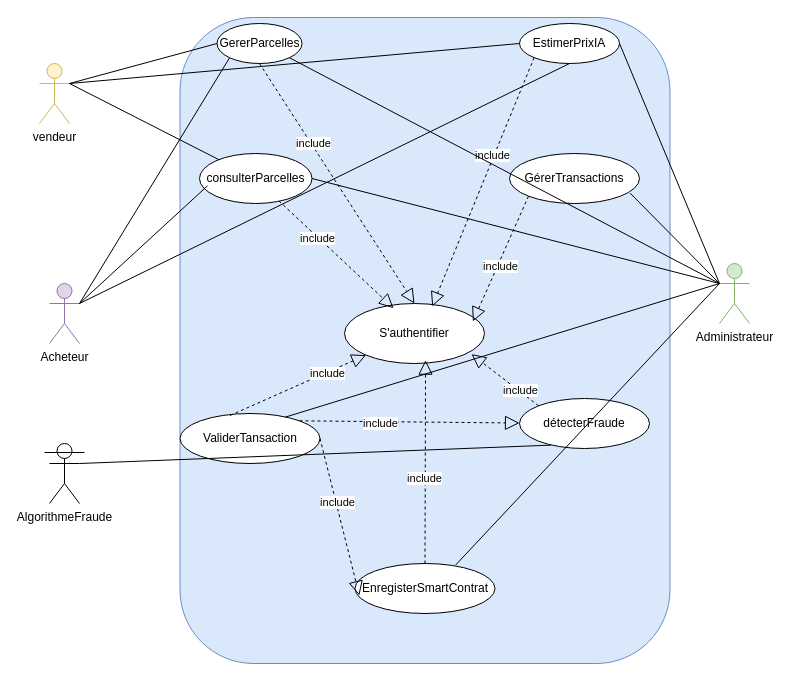
The draw.io diagram backend/diagramme/Untitled Diagram.drawio in ndovyalukunato/Travail-de-fin-cycle, before the edit. Source tidied: cells renumbered, new cells numbered last; positions are measured from the earlier drawing's top-left corner, leaving out a move shared by most shapes. Both pictures are drawn from the tidied source at 100%, with x=0, y=0 at pixel (39, 17).
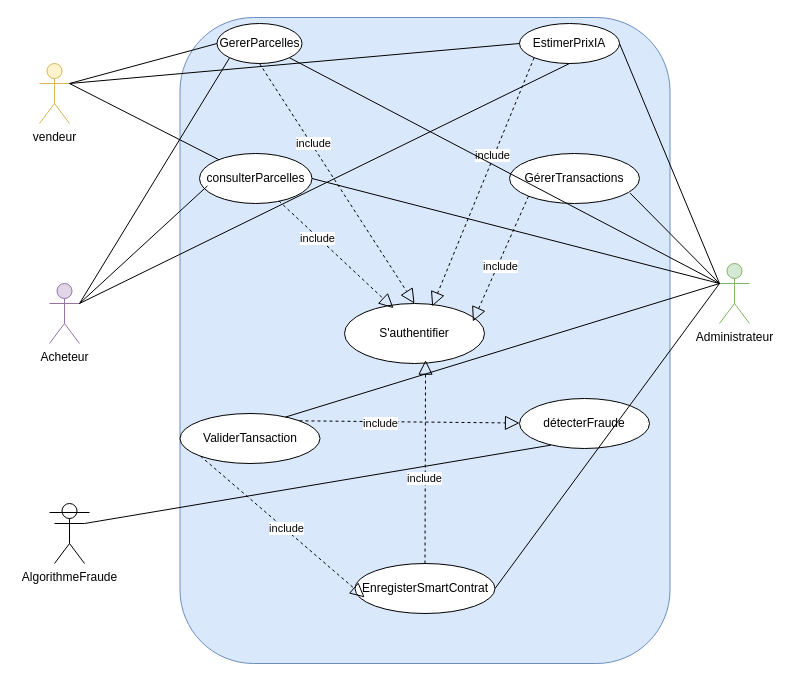
The same page after the edit.

Unchanged cells that the change refers to:
```xml
<mxCell id="7" value="détecterFraude" style="ellipse;whiteSpace=wrap;html=1;" parent="1" vertex="1">
  <mxGeometry x="480" y="381" width="130" height="50" as="geometry" />
</mxCell>
<mxCell id="8" value="ValiderTansaction" style="ellipse;whiteSpace=wrap;html=1;" parent="1" vertex="1">
  <mxGeometry x="140.5" y="396" width="140" height="50" as="geometry" />
</mxCell>
<mxCell id="9" value="EnregisterSmartContrat" style="ellipse;whiteSpace=wrap;html=1;" parent="1" vertex="1">
  <mxGeometry x="315.5" y="546" width="140" height="50" as="geometry" />
</mxCell>
<mxCell id="10" value="Administrateur" style="shape=umlActor;verticalLabelPosition=bottom;verticalAlign=top;html=1;outlineConnect=0;fillColor=#d5e8d4;strokeColor=#82b366;" parent="1" vertex="1">
  <mxGeometry x="680" y="246" width="30" height="60" as="geometry" />
</mxCell>
<mxCell id="12" value="S'authentifier" style="ellipse;whiteSpace=wrap;html=1;" parent="1" vertex="1">
  <mxGeometry x="305" y="286" width="140" height="60" as="geometry" />
</mxCell>
```

Change to the diagram source:
```diff
@@
-    <mxCell id="13" style="endArrow=block;dashed=1;endFill=0;endSize=12;html=1;rounded=0;exitX=0.357;exitY=0.04;exitDx=0;exitDy=0;exitPerimeter=0;" parent="1" edge="1" source="8" target="12">
-      <mxGeometry relative="1" as="geometry" />
-    </mxCell>
-    <mxCell id="14" value="include" style="edgeLabel;html=1;align=center;verticalAlign=middle;" parent="13" vertex="1">
-      <mxGeometry x="0.42" y="-1" relative="1" as="geometry" />
-    </mxCell>
-    <mxCell id="15" style="endArrow=block;dashed=1;endFill=0;endSize=12;html=1;rounded=0;exitX=0;exitY=0;exitDx=0;exitDy=0;entryX=0.907;entryY=0.844;entryDx=0;entryDy=0;entryPerimeter=0;" parent="1" edge="1" source="7" target="12">
-      <mxGeometry relative="1" as="geometry" />
-    </mxCell>
-    <mxCell id="16" value="include" style="edgeLabel;html=1;align=center;verticalAlign=middle;" parent="15" vertex="1">
-      <mxGeometry x="-0.44" y="-1" relative="1" as="geometry" />
-    </mxCell>
@@
-    <mxCell id="28" style="endArrow=block;dashed=1;endFill=0;endSize=12;html=1;rounded=0;exitX=1;exitY=0.5;exitDx=0;exitDy=0;entryX=0.031;entryY=0.64;entryDx=0;entryDy=0;entryPerimeter=0;" parent="1" edge="1" source="8" target="9">
-      <mxGeometry relative="1" as="geometry" />
-    </mxCell>
-    <mxCell id="29" value="include" style="edgeLabel;html=1;align=center;verticalAlign=middle;" parent="28" vertex="1">
-      <mxGeometry x="-0.19" y="1" relative="1" as="geometry" />
-    </mxCell>
@@
-    <mxCell id="43" style="endArrow=none;html=1;rounded=0;entryX=0;entryY=0.3333333333333333;entryDx=0;entryDy=0;entryPerimeter=0;exitX=0.718;exitY=0.033;exitDx=0;exitDy=0;exitPerimeter=0;" parent="1" edge="1" source="9" target="10">
+    <mxCell id="43" style="endArrow=none;html=1;rounded=0;entryX=0;entryY=0.3333333333333333;entryDx=0;entryDy=0;entryPerimeter=0;exitX=1;exitY=0.5;exitDx=0;exitDy=0;" parent="1" edge="1" source="9" target="10">
       <mxGeometry relative="1" as="geometry" />
     </mxCell>
     <mxCell id="44" value="AlgorithmeFraude" style="shape=umlActor;verticalLabelPosition=bottom;verticalAlign=top;html=1;" parent="1" vertex="1">
-      <mxGeometry x="10" y="426" width="30" height="60" as="geometry" />
+      <mxGeometry x="15" y="486" width="30" height="60" as="geometry" />
     </mxCell>
     <mxCell id="45" style="line;strokeWidth=1;fillColor=none;align=left;verticalAlign=middle;spacingTop=-1;spacingLeft=3;spacingRight=3;labelPosition=right;strokeColor=inherit;" parent="1" vertex="1">
-      <mxGeometry x="5" y="431" width="40" height="8" as="geometry" />
+      <mxGeometry x="10" y="491" width="40" height="8" as="geometry" />
     </mxCell>
@@
+    <mxCell id="28" style="endArrow=block;dashed=1;endFill=0;endSize=12;html=1;rounded=0;exitX=0;exitY=1;exitDx=0;exitDy=0;entryX=0.069;entryY=0.678;entryDx=0;entryDy=0;entryPerimeter=0;" parent="1" edge="1" source="8" target="9">
+      <mxGeometry relative="1" as="geometry" />
+    </mxCell>
+    <mxCell id="47" value="include" style="edgeLabel;html=1;align=center;verticalAlign=middle;" parent="28" vertex="1">
+      <mxGeometry x="0.03" y="1" relative="1" as="geometry" />
+    </mxCell>
```
